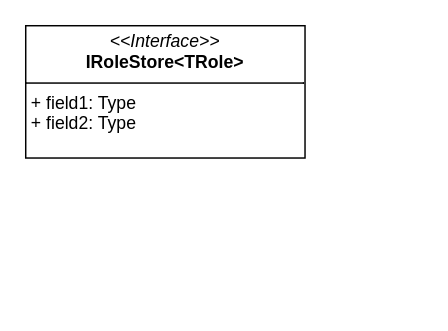
KondyubaBA/Foundation keeps this draw.io diagram as AspNetCore/Identity.drawio. Above is the earlier version. Source tidied: cells renumbered, new cells numbered last; positions are measured from the earlier drawing's top-left corner, leaving out a move shared by most shapes. Both pictures are drawn from the tidied source at 147%, with x=0, y=0 at pixel (25, 25).
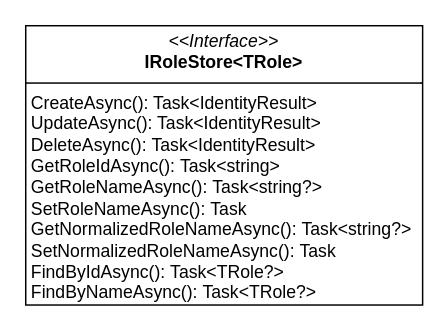
The same page after the edit.

Change to the diagram source:
```diff
@@
 <mxGraphModel>
   <root>
     <mxCell id="0" />
     <mxCell id="1" parent="0" />
-    <mxCell id="2" value="&lt;p style=&quot;margin:0px;margin-top:4px;text-align:center;&quot;&gt;&lt;i&gt;&amp;lt;&amp;lt;Interface&amp;gt;&amp;gt;&lt;/i&gt;&lt;br&gt;&lt;span style=&quot;background-color: initial; text-align: left;&quot;&gt;&lt;b&gt;IRoleStore&amp;lt;TRole&amp;gt;&lt;/b&gt;&lt;/span&gt;&lt;/p&gt;&lt;hr size=&quot;1&quot; style=&quot;border-style:solid;&quot;&gt;&lt;p style=&quot;margin:0px;margin-left:4px;&quot;&gt;+ field1: Type&lt;br&gt;+ field2: Type&lt;/p&gt;&lt;p style=&quot;margin:0px;margin-left:4px;&quot;&gt;&lt;br&gt;&lt;/p&gt;" style="verticalAlign=top;align=left;overflow=fill;html=1;whiteSpace=wrap;" parent="1" vertex="1">
-      <mxGeometry width="190" height="90" as="geometry" />
+    <mxCell id="2" value="&lt;p style=&quot;margin:0px;margin-top:4px;text-align:center;&quot;&gt;&lt;i&gt;&amp;lt;&amp;lt;Interface&amp;gt;&amp;gt;&lt;/i&gt;&lt;br&gt;&lt;span style=&quot;background-color: initial; text-align: left;&quot;&gt;&lt;b&gt;IRoleStore&amp;lt;TRole&amp;gt;&lt;/b&gt;&lt;/span&gt;&lt;/p&gt;&lt;hr size=&quot;1&quot; style=&quot;border-style:solid;&quot;&gt;&lt;p style=&quot;margin:0px;margin-left:4px;&quot;&gt;CreateAsync(): Task&amp;lt;IdentityResult&amp;gt;&lt;br&gt;UpdateAsync(): Task&amp;lt;IdentityResult&amp;gt;&lt;/p&gt;&lt;p style=&quot;margin:0px;margin-left:4px;&quot;&gt;DeleteAsync():&amp;nbsp;Task&amp;lt;IdentityResult&amp;gt;&lt;/p&gt;&lt;p style=&quot;margin:0px;margin-left:4px;&quot;&gt;GetRoleIdAsync():&amp;nbsp;Task&amp;lt;string&amp;gt;&lt;/p&gt;&lt;p style=&quot;margin:0px;margin-left:4px;&quot;&gt;GetRoleNameAsync():&amp;nbsp;Task&amp;lt;string?&amp;gt;&lt;/p&gt;&lt;p style=&quot;margin:0px;margin-left:4px;&quot;&gt;SetRoleNameAsync():&amp;nbsp;Task&lt;/p&gt;&lt;p style=&quot;margin:0px;margin-left:4px;&quot;&gt;GetNormalizedRoleNameAsync():&amp;nbsp;Task&amp;lt;string?&amp;gt;&lt;/p&gt;&lt;p style=&quot;margin:0px;margin-left:4px;&quot;&gt;SetNormalizedRoleNameAsync():&amp;nbsp;Task&lt;/p&gt;&lt;p style=&quot;margin:0px;margin-left:4px;&quot;&gt;FindByIdAsync():&amp;nbsp;Task&amp;lt;TRole?&amp;gt;&lt;/p&gt;&lt;p style=&quot;margin:0px;margin-left:4px;&quot;&gt;FindByNameAsync():&amp;nbsp;Task&amp;lt;TRole?&amp;gt;&lt;/p&gt;&lt;p style=&quot;margin:0px;margin-left:4px;&quot;&gt;&lt;br&gt;&lt;/p&gt;" style="verticalAlign=top;align=left;overflow=fill;html=1;whiteSpace=wrap;" parent="1" vertex="1">
+      <mxGeometry width="270" height="190" as="geometry" />
     </mxCell>
   </root>
 </mxGraphModel>
```
